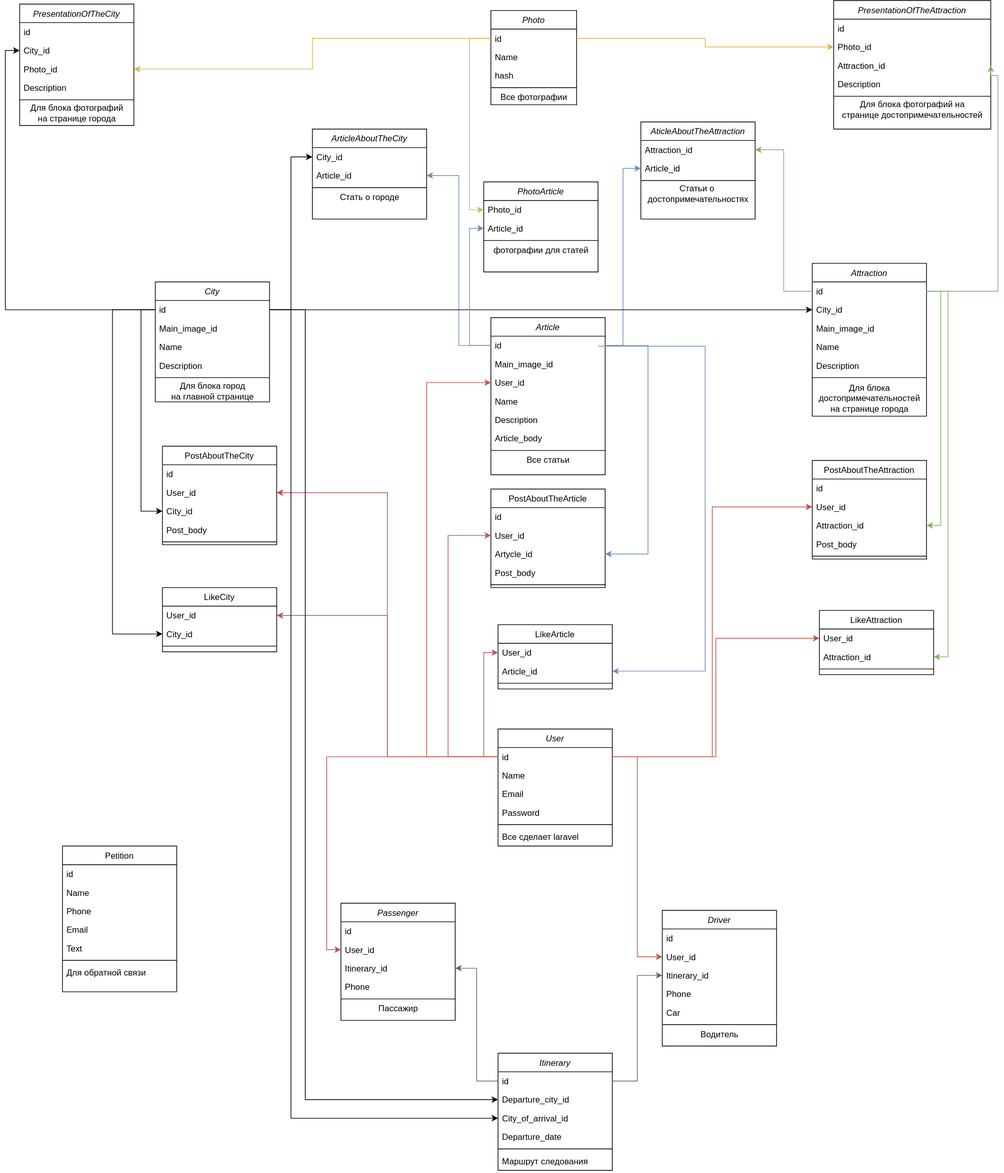
Slawgorodskij/CitiesOfRussia keeps this draw.io diagram as DB_City_of_Russia.drawio.svg. Above is the earlier version. Source tidied: cells renumbered, new cells last; positions are measured from the earlier drawing's top-left corner, leaving out a move shared by most shapes.
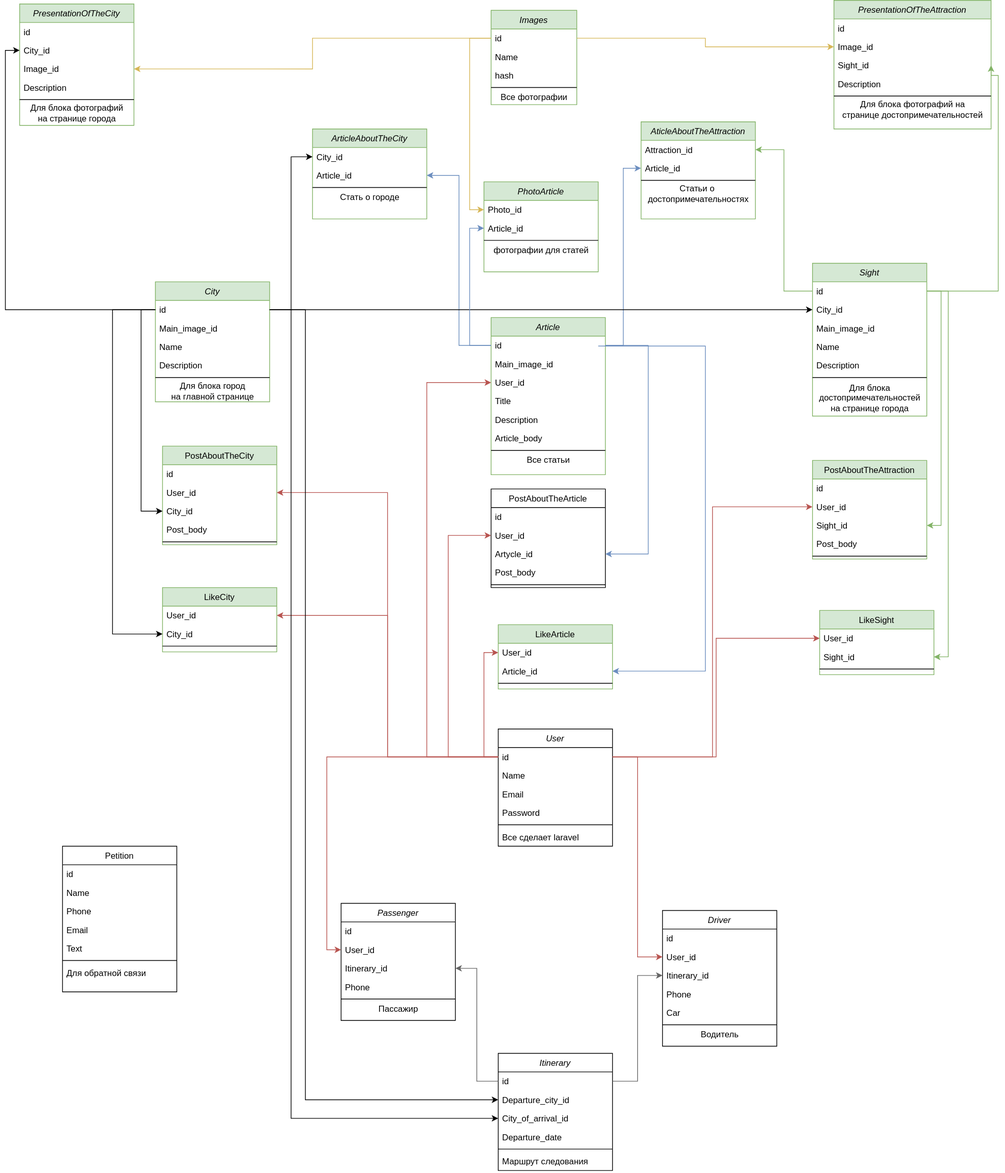
After the commit.

The edit, as a diff of the source:
```diff
@@ -23,7 +23,7 @@
     <mxCell id="8" value="Все сделает laravel" style="text;align=left;verticalAlign=top;spacingLeft=4;spacingRight=4;overflow=hidden;" parent="2" vertex="1">
       <mxGeometry y="138" width="160" height="26" as="geometry" />
     </mxCell>
-    <mxCell id="9" value="LikeCity" style="swimlane;fontStyle=0;align=center;verticalAlign=top;horizontal=1;startSize=26;rounded=0;shadow=0;strokeWidth=1;" parent="1" vertex="1">
+    <mxCell id="9" value="LikeCity" style="swimlane;fontStyle=0;align=center;verticalAlign=top;horizontal=1;startSize=26;rounded=0;shadow=0;strokeWidth=1;fillColor=#d5e8d4;strokeColor=#82b366;" parent="1" vertex="1">
       <mxGeometry x="200" y="822" width="160" height="90" as="geometry" />
     </mxCell>
     <mxCell id="10" value="User_id" style="text;align=left;verticalAlign=top;spacingLeft=4;spacingRight=4;overflow=hidden;points=[[0,0.5],[1,0.5]];portConstraint=eastwest;" parent="9" vertex="1">
@@ -59,7 +59,7 @@
     <mxCell id="20" value="Для обратной связи" style="text;align=left;verticalAlign=top;spacingLeft=4;spacingRight=4;overflow=hidden;" parent="13" vertex="1">
       <mxGeometry y="164" width="160" height="26" as="geometry" />
     </mxCell>
-    <mxCell id="21" value="City" style="swimlane;fontStyle=2;align=center;verticalAlign=top;horizontal=1;startSize=26;rounded=0;shadow=0;strokeWidth=1;" parent="1" vertex="1">
+    <mxCell id="21" value="City" style="swimlane;fontStyle=2;align=center;verticalAlign=top;horizontal=1;startSize=26;rounded=0;shadow=0;strokeWidth=1;fillColor=#d5e8d4;strokeColor=#82b366;" parent="1" vertex="1">
       <mxGeometry x="190" y="394" width="160" height="168" as="geometry" />
     </mxCell>
     <mxCell id="22" value="id" style="text;align=left;verticalAlign=top;spacingLeft=4;spacingRight=4;overflow=hidden;points=[[0,0.5],[1,0.5]];portConstraint=eastwest;" parent="21" vertex="1">
@@ -80,7 +80,7 @@
     <mxCell id="27" value="Для блока&amp;nbsp;город &lt;br&gt;на главной странице" style="text;html=1;align=center;verticalAlign=middle;strokeColor=none;fillColor=none;" parent="21" vertex="1">
       <mxGeometry y="138" width="160" height="30" as="geometry" />
     </mxCell>
-    <mxCell id="28" value="Photo" style="swimlane;fontStyle=2;align=center;verticalAlign=top;horizontal=1;startSize=26;rounded=0;shadow=0;strokeWidth=1;" parent="1" vertex="1">
+    <mxCell id="28" value="Images" style="swimlane;fontStyle=2;align=center;verticalAlign=top;horizontal=1;startSize=26;rounded=0;shadow=0;strokeWidth=1;fillColor=#d5e8d4;strokeColor=#82b366;" parent="1" vertex="1">
       <mxGeometry x="660" y="14" width="120" height="132" as="geometry" />
     </mxCell>
     <mxCell id="29" value="id" style="text;align=left;verticalAlign=top;spacingLeft=4;spacingRight=4;overflow=hidden;points=[[0,0.5],[1,0.5]];portConstraint=eastwest;" parent="28" vertex="1">
@@ -98,7 +98,7 @@
     <mxCell id="33" value="Все фотографии" style="text;html=1;align=center;verticalAlign=middle;strokeColor=none;fillColor=none;" parent="28" vertex="1">
       <mxGeometry y="112" width="120" height="20" as="geometry" />
     </mxCell>
-    <mxCell id="34" value="Attraction" style="swimlane;fontStyle=2;align=center;verticalAlign=top;horizontal=1;startSize=26;rounded=0;shadow=0;strokeWidth=1;" parent="1" vertex="1">
+    <mxCell id="34" value="Sight" style="swimlane;fontStyle=2;align=center;verticalAlign=top;horizontal=1;startSize=26;rounded=0;shadow=0;strokeWidth=1;fillColor=#d5e8d4;strokeColor=#82b366;" parent="1" vertex="1">
       <mxGeometry x="1110" y="368" width="160" height="214" as="geometry" />
     </mxCell>
     <mxCell id="35" value="id" style="text;align=left;verticalAlign=top;spacingLeft=4;spacingRight=4;overflow=hidden;points=[[0,0.5],[1,0.5]];portConstraint=eastwest;" parent="34" vertex="1">
@@ -122,7 +122,7 @@
     <mxCell id="41" value="Для блока &lt;br&gt;достопримечательностей&lt;br&gt;на странице города" style="text;html=1;align=center;verticalAlign=middle;strokeColor=none;fillColor=none;" parent="34" vertex="1">
       <mxGeometry y="164" width="160" height="50" as="geometry" />
     </mxCell>
-    <mxCell id="42" value="Article" style="swimlane;fontStyle=2;align=center;verticalAlign=top;horizontal=1;startSize=26;rounded=0;shadow=0;strokeWidth=1;" parent="1" vertex="1">
+    <mxCell id="42" value="Article" style="swimlane;fontStyle=2;align=center;verticalAlign=top;horizontal=1;startSize=26;rounded=0;shadow=0;strokeWidth=1;fillColor=#d5e8d4;strokeColor=#82b366;" parent="1" vertex="1">
       <mxGeometry x="660" y="444" width="160" height="220" as="geometry" />
     </mxCell>
     <mxCell id="43" value="id" style="text;align=left;verticalAlign=top;spacingLeft=4;spacingRight=4;overflow=hidden;points=[[0,0.5],[1,0.5]];portConstraint=eastwest;" parent="42" vertex="1">
@@ -134,7 +134,7 @@
     <mxCell id="45" value="User_id" style="text;align=left;verticalAlign=top;spacingLeft=4;spacingRight=4;overflow=hidden;points=[[0,0.5],[1,0.5]];portConstraint=eastwest;" parent="42" vertex="1">
       <mxGeometry y="78" width="160" height="26" as="geometry" />
     </mxCell>
-    <mxCell id="46" value="Name" style="text;align=left;verticalAlign=top;spacingLeft=4;spacingRight=4;overflow=hidden;" parent="42" vertex="1">
+    <mxCell id="46" value="Title" style="text;align=left;verticalAlign=top;spacingLeft=4;spacingRight=4;overflow=hidden;" parent="42" vertex="1">
       <mxGeometry y="104" width="160" height="26" as="geometry" />
     </mxCell>
     <mxCell id="47" value="Description" style="text;align=left;verticalAlign=top;spacingLeft=4;spacingRight=4;overflow=hidden;rounded=0;shadow=0;html=0;" parent="42" vertex="1">
@@ -149,7 +149,7 @@
     <mxCell id="50" value="Все статьи" style="text;html=1;align=center;verticalAlign=middle;strokeColor=none;fillColor=none;" parent="42" vertex="1">
       <mxGeometry y="190" width="160" height="20" as="geometry" />
     </mxCell>
-    <mxCell id="51" value="PresentationOfTheCity" style="swimlane;fontStyle=2;align=center;verticalAlign=top;horizontal=1;startSize=26;rounded=0;shadow=0;strokeWidth=1;" parent="1" vertex="1">
+    <mxCell id="51" value="PresentationOfTheCity" style="swimlane;fontStyle=2;align=center;verticalAlign=top;horizontal=1;startSize=26;rounded=0;shadow=0;strokeWidth=1;fillColor=#d5e8d4;strokeColor=#82b366;" parent="1" vertex="1">
       <mxGeometry y="5" width="160" height="170" as="geometry" />
     </mxCell>
     <mxCell id="52" value="id" style="text;align=left;verticalAlign=top;spacingLeft=4;spacingRight=4;overflow=hidden;" parent="51" vertex="1">
@@ -158,7 +158,7 @@
     <mxCell id="53" value="City_id" style="text;align=left;verticalAlign=top;spacingLeft=4;spacingRight=4;overflow=hidden;points=[[0,0.5],[1,0.5]];portConstraint=eastwest;rounded=0;shadow=0;html=0;" parent="51" vertex="1">
       <mxGeometry y="52" width="160" height="26" as="geometry" />
     </mxCell>
-    <mxCell id="54" value="Photo_id" style="text;align=left;verticalAlign=top;spacingLeft=4;spacingRight=4;overflow=hidden;points=[[0,0.5],[1,0.5]];portConstraint=eastwest;rounded=0;shadow=0;html=0;" parent="51" vertex="1">
+    <mxCell id="54" value="Image_id" style="text;align=left;verticalAlign=top;spacingLeft=4;spacingRight=4;overflow=hidden;points=[[0,0.5],[1,0.5]];portConstraint=eastwest;rounded=0;shadow=0;html=0;" parent="51" vertex="1">
       <mxGeometry y="78" width="160" height="26" as="geometry" />
     </mxCell>
     <mxCell id="55" value="Description" style="text;align=left;verticalAlign=top;spacingLeft=4;spacingRight=4;overflow=hidden;rounded=0;shadow=0;html=0;" parent="51" vertex="1">
@@ -170,7 +170,7 @@
     <mxCell id="57" value="Для блока фотографий &lt;br&gt;на странице города" style="text;html=1;align=center;verticalAlign=middle;strokeColor=none;fillColor=none;" parent="51" vertex="1">
       <mxGeometry y="138" width="160" height="30" as="geometry" />
     </mxCell>
-    <mxCell id="58" value="AticleAboutTheAttraction" style="swimlane;fontStyle=2;align=center;verticalAlign=top;horizontal=1;startSize=26;rounded=0;shadow=0;strokeWidth=1;" parent="1" vertex="1">
+    <mxCell id="58" value="AticleAboutTheAttraction" style="swimlane;fontStyle=2;align=center;verticalAlign=top;horizontal=1;startSize=26;rounded=0;shadow=0;strokeWidth=1;fillColor=#d5e8d4;strokeColor=#82b366;" parent="1" vertex="1">
       <mxGeometry x="870" y="170" width="160" height="136" as="geometry" />
     </mxCell>
     <mxCell id="59" value="Attraction_id" style="text;align=left;verticalAlign=top;spacingLeft=4;spacingRight=4;overflow=hidden;points=[[0,0.5],[1,0.5]];portConstraint=eastwest;rounded=0;shadow=0;html=0;" parent="58" vertex="1">
@@ -185,16 +185,16 @@
     <mxCell id="62" value="Статьи о&amp;nbsp;&lt;br&gt;достопримечательностях" style="text;html=1;align=center;verticalAlign=middle;strokeColor=none;fillColor=none;" parent="58" vertex="1">
       <mxGeometry y="86" width="160" height="30" as="geometry" />
     </mxCell>
-    <mxCell id="63" value="PresentationOfTheAttraction" style="swimlane;fontStyle=2;align=center;verticalAlign=top;horizontal=1;startSize=26;rounded=0;shadow=0;strokeWidth=1;" parent="1" vertex="1">
+    <mxCell id="63" value="PresentationOfTheAttraction" style="swimlane;fontStyle=2;align=center;verticalAlign=top;horizontal=1;startSize=26;rounded=0;shadow=0;strokeWidth=1;fillColor=#d5e8d4;strokeColor=#82b366;" parent="1" vertex="1">
       <mxGeometry x="1140" width="220" height="180" as="geometry" />
     </mxCell>
     <mxCell id="64" value="id" style="text;align=left;verticalAlign=top;spacingLeft=4;spacingRight=4;overflow=hidden;" parent="63" vertex="1">
       <mxGeometry y="26" width="220" height="26" as="geometry" />
     </mxCell>
-    <mxCell id="65" value="Photo_id" style="text;align=left;verticalAlign=top;spacingLeft=4;spacingRight=4;overflow=hidden;points=[[0,0.5],[1,0.5]];portConstraint=eastwest;rounded=0;shadow=0;html=0;" parent="63" vertex="1">
+    <mxCell id="65" value="Image_id" style="text;align=left;verticalAlign=top;spacingLeft=4;spacingRight=4;overflow=hidden;points=[[0,0.5],[1,0.5]];portConstraint=eastwest;rounded=0;shadow=0;html=0;" parent="63" vertex="1">
       <mxGeometry y="52" width="220" height="26" as="geometry" />
     </mxCell>
-    <mxCell id="66" value="Attraction_id" style="text;align=left;verticalAlign=top;spacingLeft=4;spacingRight=4;overflow=hidden;points=[[0,0.5],[1,0.5]];portConstraint=eastwest;rounded=0;shadow=0;html=0;" parent="63" vertex="1">
+    <mxCell id="66" value="Sight_id" style="text;align=left;verticalAlign=top;spacingLeft=4;spacingRight=4;overflow=hidden;points=[[0,0.5],[1,0.5]];portConstraint=eastwest;rounded=0;shadow=0;html=0;" parent="63" vertex="1">
       <mxGeometry y="78" width="220" height="26" as="geometry" />
     </mxCell>
     <mxCell id="67" value="Description" style="text;align=left;verticalAlign=top;spacingLeft=4;spacingRight=4;overflow=hidden;rounded=0;shadow=0;html=0;" parent="63" vertex="1">
@@ -212,7 +212,7 @@
     <mxCell id="71" style="edgeStyle=orthogonalEdgeStyle;rounded=0;jettySize=auto;html=1;exitX=1;exitY=0.5;exitDx=0;exitDy=0;entryX=0;entryY=0.5;entryDx=0;entryDy=0;fillColor=#fff2cc;strokeColor=#d6b656;" parent="1" edge="1" source="29" target="65">
       <mxGeometry relative="1" as="geometry" />
     </mxCell>
-    <mxCell id="72" value="ArticleAboutTheCity" style="swimlane;fontStyle=2;align=center;verticalAlign=top;horizontal=1;startSize=26;rounded=0;shadow=0;strokeWidth=1;" parent="1" vertex="1">
+    <mxCell id="72" value="ArticleAboutTheCity" style="swimlane;fontStyle=2;align=center;verticalAlign=top;horizontal=1;startSize=26;rounded=0;shadow=0;strokeWidth=1;fillColor=#d5e8d4;strokeColor=#82b366;" parent="1" vertex="1">
       <mxGeometry x="410" y="180" width="160" height="126" as="geometry" />
     </mxCell>
     <mxCell id="73" value="City_id" style="text;align=left;verticalAlign=top;spacingLeft=4;spacingRight=4;overflow=hidden;points=[[0,0.5],[1,0.5]];portConstraint=eastwest;rounded=0;shadow=0;html=0;" parent="72" vertex="1">
@@ -227,7 +227,7 @@
     <mxCell id="76" value="Стать о городе" style="text;html=1;align=center;verticalAlign=middle;strokeColor=none;fillColor=none;" parent="72" vertex="1">
       <mxGeometry y="86" width="160" height="20" as="geometry" />
     </mxCell>
-    <mxCell id="77" value="LikeArticle" style="swimlane;fontStyle=0;align=center;verticalAlign=top;horizontal=1;startSize=26;rounded=0;shadow=0;strokeWidth=1;" parent="1" vertex="1">
+    <mxCell id="77" value="LikeArticle" style="swimlane;fontStyle=0;align=center;verticalAlign=top;horizontal=1;startSize=26;rounded=0;shadow=0;strokeWidth=1;fillColor=#d5e8d4;strokeColor=#82b366;" parent="1" vertex="1">
       <mxGeometry x="670" y="874" width="160" height="90" as="geometry" />
     </mxCell>
     <mxCell id="78" value="User_id" style="text;align=left;verticalAlign=top;spacingLeft=4;spacingRight=4;overflow=hidden;points=[[0,0.5],[1,0.5]];portConstraint=eastwest;" parent="77" vertex="1">
@@ -239,19 +239,19 @@
     <mxCell id="80" style="line;html=1;strokeWidth=1;align=left;verticalAlign=middle;spacingTop=-1;spacingLeft=3;spacingRight=3;labelPosition=right;" parent="77" vertex="1">
       <mxGeometry y="78" width="160" height="8" as="geometry" />
     </mxCell>
-    <mxCell id="81" value="LikeAttraction" style="swimlane;fontStyle=0;align=center;verticalAlign=top;horizontal=1;startSize=26;rounded=0;shadow=0;strokeWidth=1;" parent="1" vertex="1">
+    <mxCell id="81" value="LikeSight" style="swimlane;fontStyle=0;align=center;verticalAlign=top;horizontal=1;startSize=26;rounded=0;shadow=0;strokeWidth=1;fillColor=#d5e8d4;strokeColor=#82b366;" parent="1" vertex="1">
       <mxGeometry x="1120" y="854" width="160" height="90" as="geometry" />
     </mxCell>
     <mxCell id="82" value="User_id" style="text;align=left;verticalAlign=top;spacingLeft=4;spacingRight=4;overflow=hidden;points=[[0,0.5],[1,0.5]];portConstraint=eastwest;" parent="81" vertex="1">
       <mxGeometry y="26" width="160" height="26" as="geometry" />
     </mxCell>
-    <mxCell id="83" value="Attraction_id" style="text;align=left;verticalAlign=top;spacingLeft=4;spacingRight=4;overflow=hidden;points=[[0,0.5],[1,0.5]];portConstraint=eastwest;rounded=0;shadow=0;html=0;" parent="81" vertex="1">
+    <mxCell id="83" value="Sight_id" style="text;align=left;verticalAlign=top;spacingLeft=4;spacingRight=4;overflow=hidden;points=[[0,0.5],[1,0.5]];portConstraint=eastwest;rounded=0;shadow=0;html=0;" parent="81" vertex="1">
       <mxGeometry y="52" width="160" height="26" as="geometry" />
     </mxCell>
     <mxCell id="84" style="line;html=1;strokeWidth=1;align=left;verticalAlign=middle;spacingTop=-1;spacingLeft=3;spacingRight=3;labelPosition=right;" parent="81" vertex="1">
       <mxGeometry y="78" width="160" height="8" as="geometry" />
     </mxCell>
-    <mxCell id="85" value="PostAboutTheCity" style="swimlane;fontStyle=0;align=center;verticalAlign=top;horizontal=1;startSize=26;rounded=0;shadow=0;strokeWidth=1;" parent="1" vertex="1">
+    <mxCell id="85" value="PostAboutTheCity" style="swimlane;fontStyle=0;align=center;verticalAlign=top;horizontal=1;startSize=26;rounded=0;shadow=0;strokeWidth=1;fillColor=#d5e8d4;strokeColor=#82b366;" parent="1" vertex="1">
       <mxGeometry x="200" y="624" width="160" height="138" as="geometry" />
     </mxCell>
     <mxCell id="86" value="id" style="text;align=left;verticalAlign=top;spacingLeft=4;spacingRight=4;overflow=hidden;" parent="85" vertex="1">
@@ -287,7 +287,7 @@
     <mxCell id="96" style="line;html=1;strokeWidth=1;align=left;verticalAlign=middle;spacingTop=-1;spacingLeft=3;spacingRight=3;labelPosition=right;" parent="91" vertex="1">
       <mxGeometry y="130" width="160" height="8" as="geometry" />
     </mxCell>
-    <mxCell id="97" value="PostAboutTheAttraction" style="swimlane;fontStyle=0;align=center;verticalAlign=top;horizontal=1;startSize=26;rounded=0;shadow=0;strokeWidth=1;" parent="1" vertex="1">
+    <mxCell id="97" value="PostAboutTheAttraction" style="swimlane;fontStyle=0;align=center;verticalAlign=top;horizontal=1;startSize=26;rounded=0;shadow=0;strokeWidth=1;fillColor=#d5e8d4;strokeColor=#82b366;" parent="1" vertex="1">
       <mxGeometry x="1110" y="644" width="160" height="138" as="geometry" />
     </mxCell>
     <mxCell id="98" value="id" style="text;align=left;verticalAlign=top;spacingLeft=4;spacingRight=4;overflow=hidden;" parent="97" vertex="1">
@@ -296,7 +296,7 @@
     <mxCell id="99" value="User_id" style="text;align=left;verticalAlign=top;spacingLeft=4;spacingRight=4;overflow=hidden;points=[[0,0.5],[1,0.5]];portConstraint=eastwest;" parent="97" vertex="1">
       <mxGeometry y="52" width="160" height="26" as="geometry" />
     </mxCell>
-    <mxCell id="100" value="Attraction_id" style="text;align=left;verticalAlign=top;spacingLeft=4;spacingRight=4;overflow=hidden;points=[[0,0.5],[1,0.5]];portConstraint=eastwest;rounded=0;shadow=0;html=0;" parent="97" vertex="1">
+    <mxCell id="100" value="Sight_id" style="text;align=left;verticalAlign=top;spacingLeft=4;spacingRight=4;overflow=hidden;points=[[0,0.5],[1,0.5]];portConstraint=eastwest;rounded=0;shadow=0;html=0;" parent="97" vertex="1">
       <mxGeometry y="78" width="160" height="26" as="geometry" />
     </mxCell>
     <mxCell id="101" value="Post_body" style="text;align=left;verticalAlign=top;spacingLeft=4;spacingRight=4;overflow=hidden;rounded=0;shadow=0;html=0;" parent="97" vertex="1">
@@ -491,7 +491,7 @@
     <mxCell id="150" style="edgeStyle=orthogonalEdgeStyle;rounded=0;jettySize=auto;html=1;exitX=1;exitY=0.5;exitDx=0;exitDy=0;entryX=0;entryY=0.5;entryDx=0;entryDy=0;fillColor=#f5f5f5;strokeColor=#666666;" parent="1" edge="1" source="139" target="133">
       <mxGeometry relative="1" as="geometry" />
     </mxCell>
-    <mxCell id="151" value="PhotoArticle" style="swimlane;fontStyle=2;align=center;verticalAlign=top;horizontal=1;startSize=26;rounded=0;shadow=0;strokeWidth=1;" parent="1" vertex="1">
+    <mxCell id="151" value="PhotoArticle" style="swimlane;fontStyle=2;align=center;verticalAlign=top;horizontal=1;startSize=26;rounded=0;shadow=0;strokeWidth=1;fillColor=#d5e8d4;strokeColor=#82b366;" parent="1" vertex="1">
       <mxGeometry x="650" y="254" width="160" height="126" as="geometry" />
     </mxCell>
     <mxCell id="152" value="Photo_id" style="text;align=left;verticalAlign=top;spacingLeft=4;spacingRight=4;overflow=hidden;points=[[0,0.5],[1,0.5]];portConstraint=eastwest;rounded=0;shadow=0;html=0;" parent="151" vertex="1">
```
